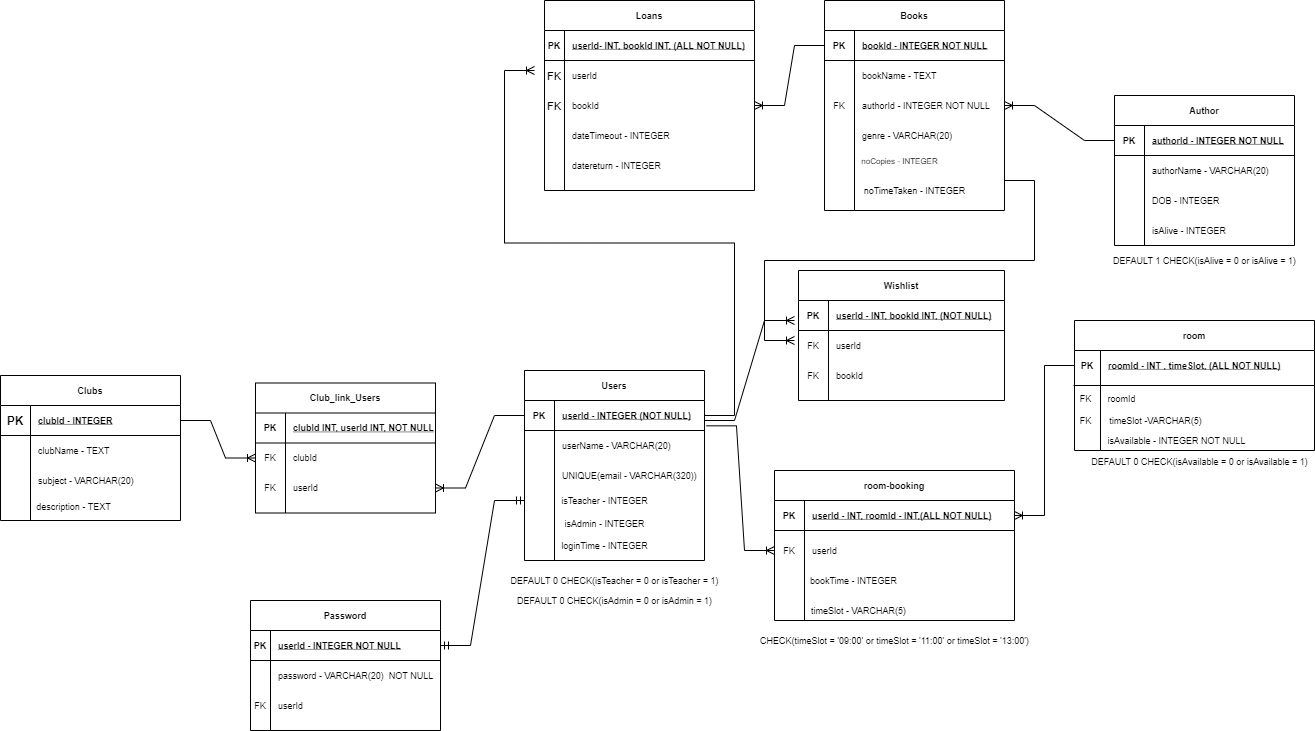
Above: libary.png in aaron1brooker/databaseassignment (draw.io), before the change. Source tidied: cells renumbered, new cells last; positions are measured from the earlier drawing's top-left corner, leaving out a move shared by most shapes.
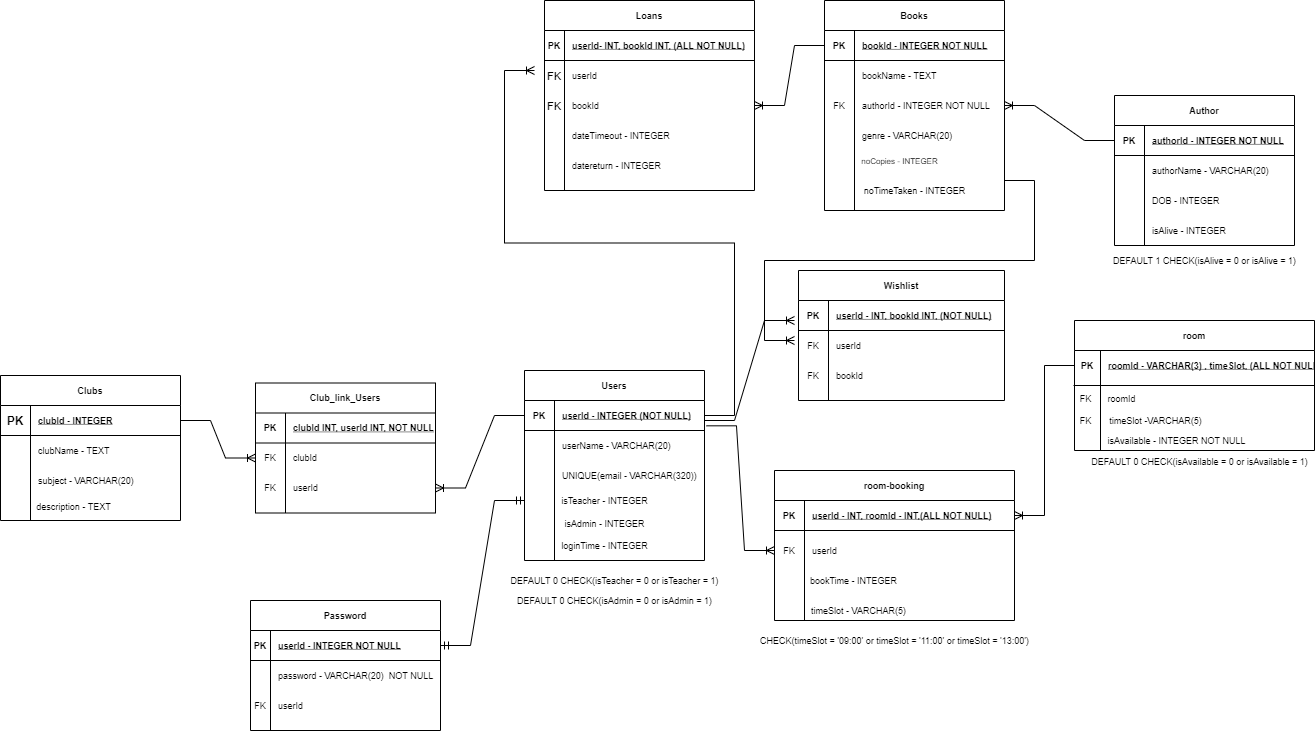
Above is the later version.

The edit, as a diff of the source:
```diff
@@ -130,7 +130,7 @@
     <mxCell id="43" value="PK" style="shape=partialRectangle;fillColor=none;top=0;left=0;bottom=0;right=0;fontStyle=1;overflow=hidden;fontSize=9;" parent="42" vertex="1">
       <mxGeometry width="26" height="30" as="geometry" />
     </mxCell>
-    <mxCell id="44" value="roomId - INT , timeSlot, (ALL NOT NULL)" style="shape=partialRectangle;fillColor=none;top=0;left=0;bottom=0;right=0;align=left;spacingLeft=6;fontStyle=5;overflow=hidden;fontSize=9;" parent="42" vertex="1">
+    <mxCell id="44" value="roomId - VARCHAR(3) , timeSlot, (ALL NOT NULL)" style="shape=partialRectangle;fillColor=none;top=0;left=0;bottom=0;right=0;align=left;spacingLeft=6;fontStyle=5;overflow=hidden;fontSize=9;" parent="42" vertex="1">
       <mxGeometry x="26" width="214" height="30" as="geometry" />
     </mxCell>
     <mxCell id="45" style="line;strokeWidth=1;dashed=0;labelPosition=right;align=left;verticalAlign=middle;spacingTop=0;spacingLeft=6;fontSize=9;" parent="1" vertex="1">
```
